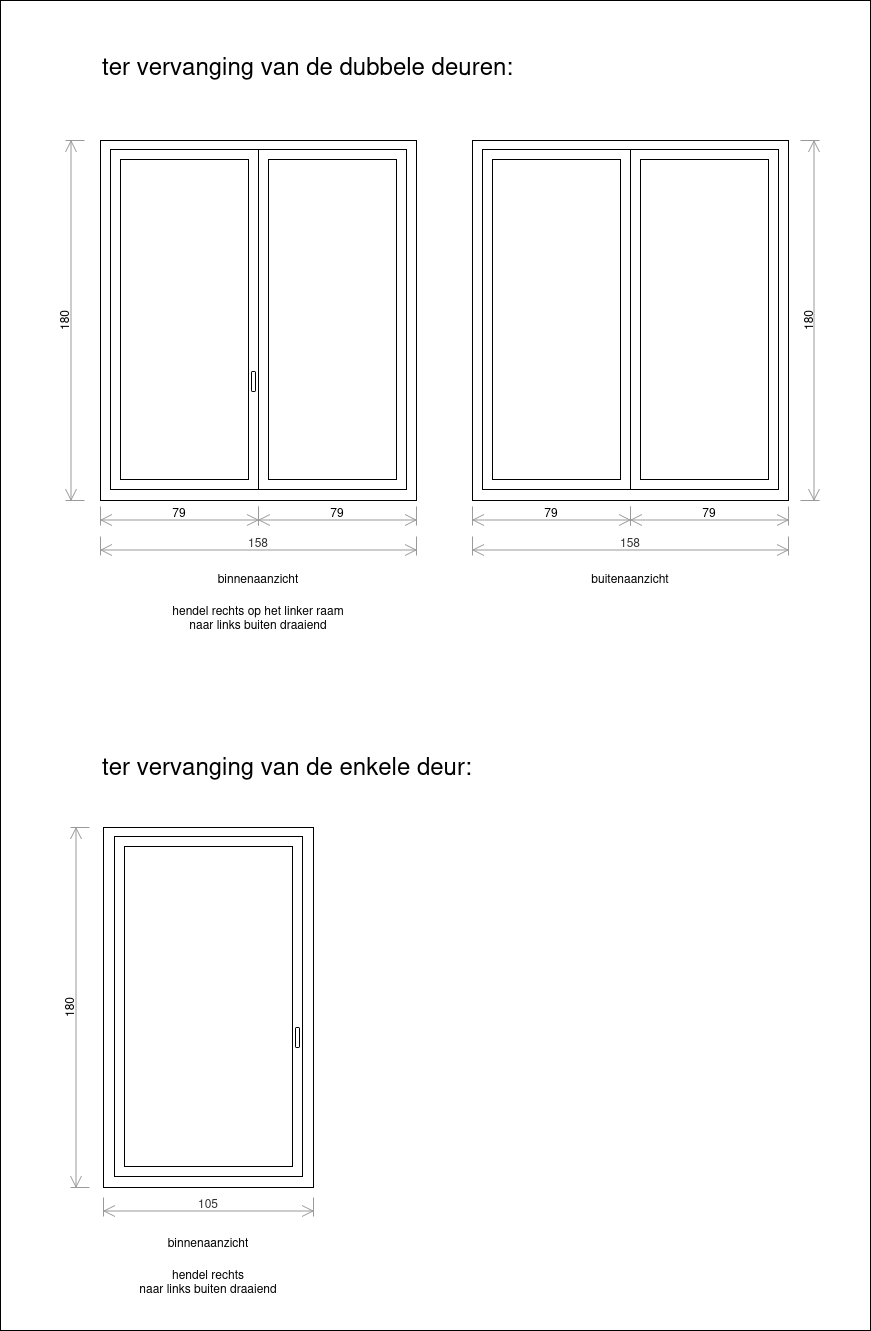
Before: window.drawio.png, a diagram exported from draw.io (fckff/drawio). Source tidied: cells renumbered, new cells last; positions are measured from the earlier drawing's top-left corner, leaving out a move shared by most shapes.
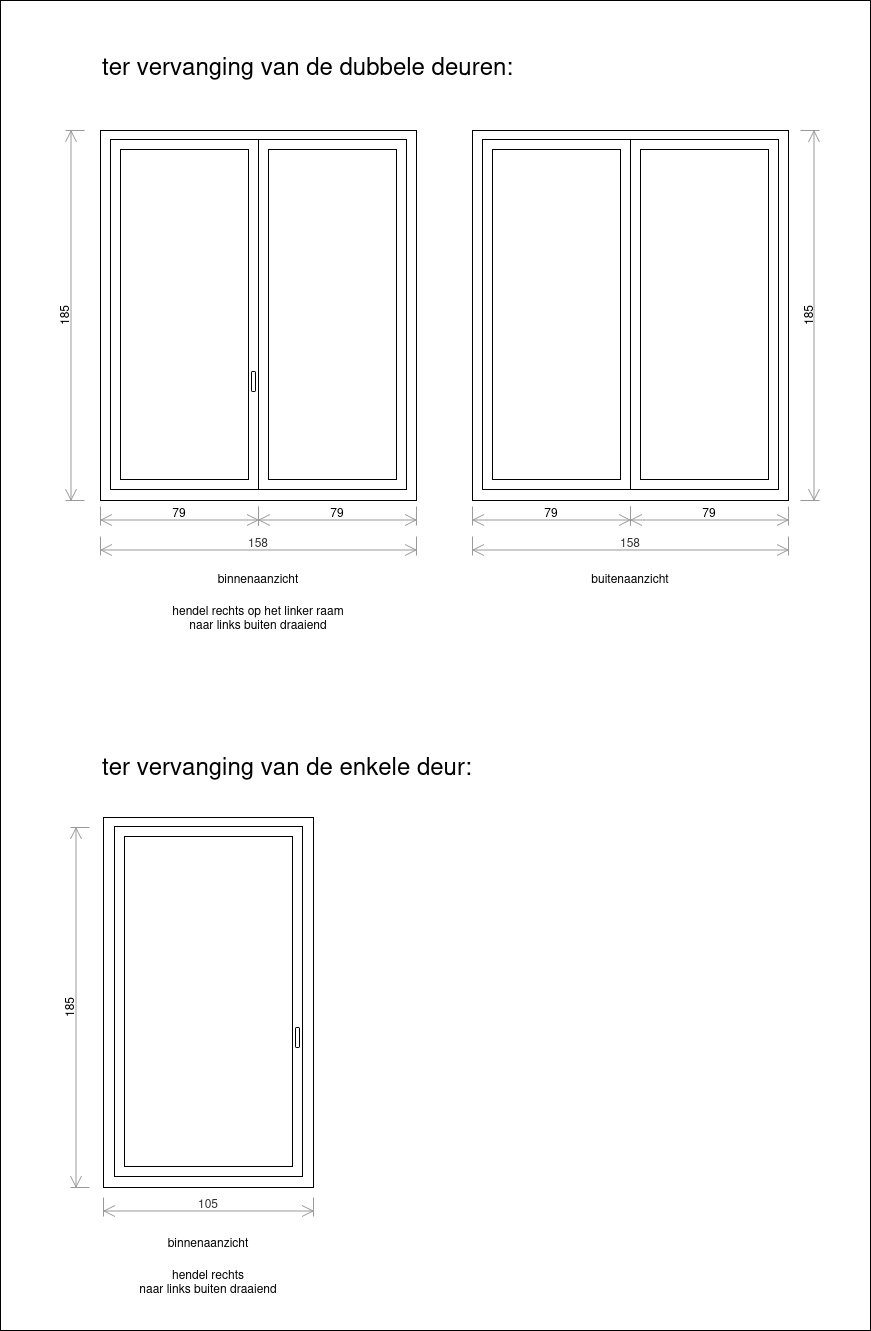
Later version of the same file.

Diff of the diagram source:
```diff
@@ -6,22 +6,22 @@
       <mxGeometry width="870" height="1330" as="geometry" />
     </mxCell>
     <mxCell id="3" style="whiteSpace=wrap;html=1;" parent="1" vertex="1">
-      <mxGeometry x="100" y="140" width="316" height="360" as="geometry" />
+      <mxGeometry x="100" y="130" width="316" height="370" as="geometry" />
     </mxCell>
     <mxCell id="4" style="rounded=0;whiteSpace=wrap;html=1;" parent="1" vertex="1">
       <mxGeometry x="110" y="149" width="296" height="340" as="geometry" />
     </mxCell>
     <mxCell id="5" style="rounded=0;whiteSpace=wrap;html=1;" parent="1" vertex="1">
-      <mxGeometry x="110" y="149" width="148" height="340" as="geometry" />
+      <mxGeometry x="110" y="139" width="148" height="350" as="geometry" />
     </mxCell>
     <mxCell id="6" style="rounded=0;whiteSpace=wrap;html=1;" parent="1" vertex="1">
-      <mxGeometry x="258" y="149" width="148" height="340" as="geometry" />
+      <mxGeometry x="258" y="139" width="148" height="350" as="geometry" />
     </mxCell>
     <mxCell id="7" style="rounded=0;whiteSpace=wrap;html=1;" parent="1" vertex="1">
-      <mxGeometry x="120" y="159" width="128" height="320" as="geometry" />
+      <mxGeometry x="120" y="149" width="128" height="330" as="geometry" />
     </mxCell>
     <mxCell id="8" style="rounded=0;whiteSpace=wrap;html=1;" parent="1" vertex="1">
-      <mxGeometry x="268" y="159" width="128" height="320" as="geometry" />
+      <mxGeometry x="268" y="149" width="128" height="330" as="geometry" />
     </mxCell>
     <mxCell id="9" style="rounded=1;whiteSpace=wrap;html=1;" parent="1" vertex="1">
       <mxGeometry x="251" y="371" width="4" height="20" as="geometry" />
@@ -30,22 +30,22 @@
       <mxGeometry x="100" y="563" width="316" height="30" as="geometry" />
     </mxCell>
     <mxCell id="11" style="whiteSpace=wrap;html=1;" parent="1" vertex="1">
-      <mxGeometry x="472" y="140" width="316" height="360" as="geometry" />
+      <mxGeometry x="472" y="130" width="316" height="370" as="geometry" />
     </mxCell>
     <mxCell id="12" style="rounded=0;whiteSpace=wrap;html=1;" parent="1" vertex="1">
       <mxGeometry x="482" y="149" width="296" height="340" as="geometry" />
     </mxCell>
     <mxCell id="13" style="rounded=0;whiteSpace=wrap;html=1;" parent="1" vertex="1">
-      <mxGeometry x="482" y="149" width="148" height="340" as="geometry" />
+      <mxGeometry x="482" y="139" width="148" height="350" as="geometry" />
     </mxCell>
     <mxCell id="14" style="rounded=0;whiteSpace=wrap;html=1;" parent="1" vertex="1">
-      <mxGeometry x="630" y="149" width="148" height="340" as="geometry" />
+      <mxGeometry x="630" y="139" width="148" height="350" as="geometry" />
     </mxCell>
     <mxCell id="15" style="rounded=0;whiteSpace=wrap;html=1;" parent="1" vertex="1">
-      <mxGeometry x="492" y="159" width="128" height="320" as="geometry" />
+      <mxGeometry x="492" y="149" width="128" height="330" as="geometry" />
     </mxCell>
     <mxCell id="16" style="rounded=0;whiteSpace=wrap;html=1;" parent="1" vertex="1">
-      <mxGeometry x="640" y="159" width="128" height="320" as="geometry" />
+      <mxGeometry x="640" y="149" width="128" height="330" as="geometry" />
     </mxCell>
     <mxCell id="17" value="buitenaanzicht" style="text;html=1;strokeColor=none;fillColor=none;align=center;verticalAlign=middle;whiteSpace=wrap;rounded=0;" parent="1" vertex="1">
       <mxGeometry x="472" y="563" width="316" height="30" as="geometry" />
@@ -56,11 +56,11 @@
     <mxCell id="19" value="158" style="shape=dimension;whiteSpace=wrap;html=1;align=center;verticalAlign=bottom;spacingBottom=3;labelBackgroundColor=none;fillColor=#f5f5f5;fontColor=#333333;strokeColor=#999999;" parent="1" vertex="1">
       <mxGeometry x="472" y="536" width="316" height="19" as="geometry" />
     </mxCell>
-    <mxCell id="20" value="180" style="shape=dimension;direction=south;whiteSpace=wrap;html=1;align=center;verticalAlign=top;labelBackgroundColor=none;horizontal=0;spacingTop=-15;strokeColor=#999999;" parent="1" vertex="1">
-      <mxGeometry x="65" y="140" width="19" height="360" as="geometry" />
+    <mxCell id="20" value="&lt;div&gt;185&lt;/div&gt;" style="shape=dimension;direction=south;whiteSpace=wrap;html=1;align=center;verticalAlign=top;labelBackgroundColor=none;horizontal=0;spacingTop=-15;strokeColor=#999999;" parent="1" vertex="1">
+      <mxGeometry x="65" y="130" width="19" height="370" as="geometry" />
     </mxCell>
-    <mxCell id="21" value="180" style="shape=dimension;direction=north;whiteSpace=wrap;html=1;align=center;verticalAlign=middle;labelBackgroundColor=none;horizontal=0;spacingBottom=3;strokeColor=#999999;labelPosition=center;verticalLabelPosition=middle;flipV=1;flipH=0;" parent="1" vertex="1">
-      <mxGeometry x="800" y="140" width="19" height="360" as="geometry" />
+    <mxCell id="21" value="185" style="shape=dimension;direction=north;whiteSpace=wrap;html=1;align=center;verticalAlign=middle;labelBackgroundColor=none;horizontal=0;spacingBottom=3;strokeColor=#999999;labelPosition=center;verticalLabelPosition=middle;flipV=1;flipH=0;" parent="1" vertex="1">
+      <mxGeometry x="800" y="130" width="19" height="370" as="geometry" />
     </mxCell>
     <mxCell id="22" value="&lt;div&gt;hendel rechts op het linker raam&lt;/div&gt;&lt;div&gt;naar links buiten draaiend&lt;br&gt;&lt;/div&gt;" style="text;html=1;strokeColor=none;fillColor=none;align=center;verticalAlign=middle;whiteSpace=wrap;rounded=0;" parent="1" vertex="1">
       <mxGeometry x="100" y="602" width="316" height="30" as="geometry" />
@@ -78,13 +78,13 @@
       <mxGeometry x="472" y="506" width="158" height="19" as="geometry" />
     </mxCell>
     <mxCell id="27" style="whiteSpace=wrap;html=1;" parent="1" vertex="1">
-      <mxGeometry x="103" y="827" width="210" height="360" as="geometry" />
+      <mxGeometry x="103" y="817" width="210" height="370" as="geometry" />
     </mxCell>
     <mxCell id="28" style="rounded=0;whiteSpace=wrap;html=1;" parent="1" vertex="1">
-      <mxGeometry x="114" y="836" width="188" height="340" as="geometry" />
+      <mxGeometry x="114" y="826" width="188" height="350" as="geometry" />
     </mxCell>
     <mxCell id="29" style="rounded=0;whiteSpace=wrap;html=1;" parent="1" vertex="1">
-      <mxGeometry x="124" y="846" width="168" height="320" as="geometry" />
+      <mxGeometry x="124" y="836" width="168" height="330" as="geometry" />
     </mxCell>
     <mxCell id="30" style="rounded=1;whiteSpace=wrap;html=1;" parent="1" vertex="1">
       <mxGeometry x="295" y="1027" width="4" height="20" as="geometry" />
@@ -92,7 +92,7 @@
     <mxCell id="31" value="105" style="shape=dimension;whiteSpace=wrap;html=1;align=center;verticalAlign=bottom;spacingBottom=3;labelBackgroundColor=none;fillColor=#f5f5f5;fontColor=#333333;strokeColor=#999999;" parent="1" vertex="1">
       <mxGeometry x="103" y="1197" width="210" height="19" as="geometry" />
     </mxCell>
-    <mxCell id="32" value="180" style="shape=dimension;direction=south;whiteSpace=wrap;html=1;align=center;verticalAlign=top;labelBackgroundColor=none;horizontal=0;spacingTop=-15;strokeColor=#999999;" parent="1" vertex="1">
+    <mxCell id="32" value="185" style="shape=dimension;direction=south;whiteSpace=wrap;html=1;align=center;verticalAlign=top;labelBackgroundColor=none;horizontal=0;spacingTop=-15;strokeColor=#999999;" parent="1" vertex="1">
       <mxGeometry x="70" y="827" width="19" height="360" as="geometry" />
     </mxCell>
     <mxCell id="33" value="&lt;div&gt;binnenaanzicht&lt;/div&gt;" style="text;html=1;strokeColor=none;fillColor=none;align=center;verticalAlign=middle;whiteSpace=wrap;rounded=0;" parent="1" vertex="1">
```
